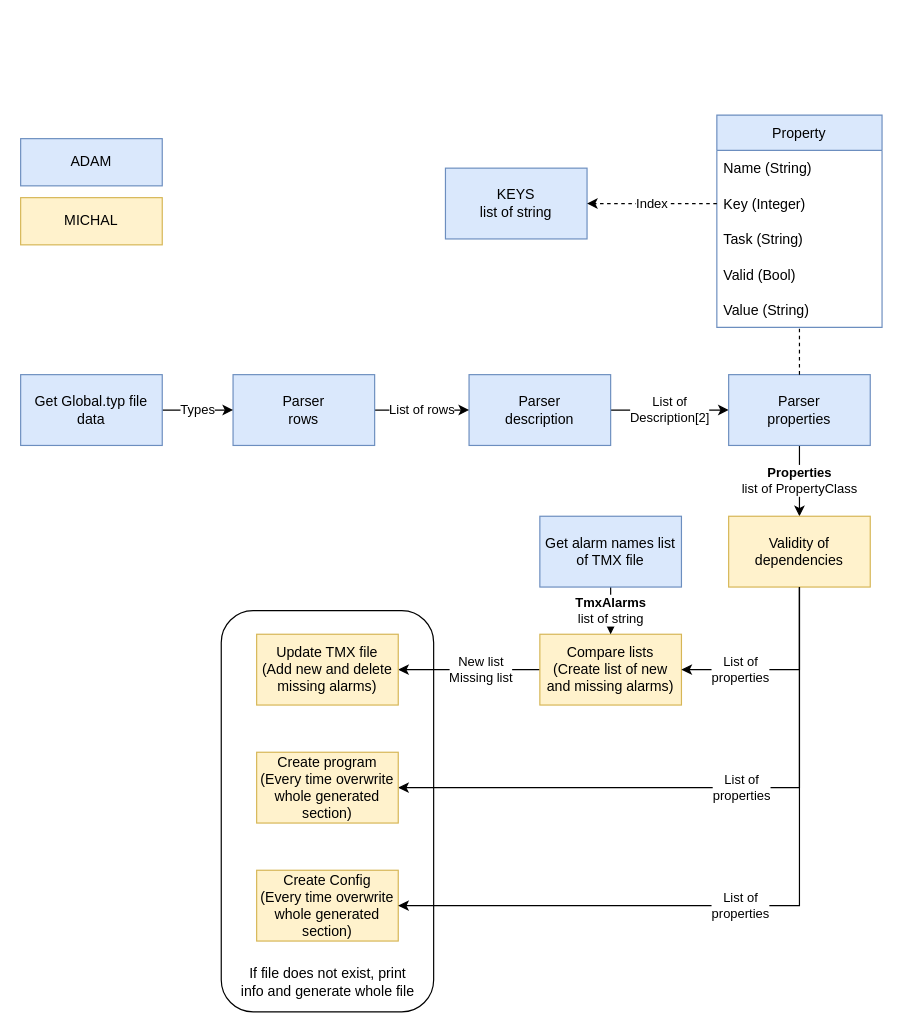
Earlier version of the draw.io diagram CreateAlarms.drawio (br-automation-community-oss/create-alarms). Source tidied: cells renumbered, new cells numbered last; positions are measured from the earlier drawing's top-left corner, leaving out a move shared by most shapes. Both pictures are drawn from the tidied source at 118%, with x=0, y=0 at pixel (20, 114).
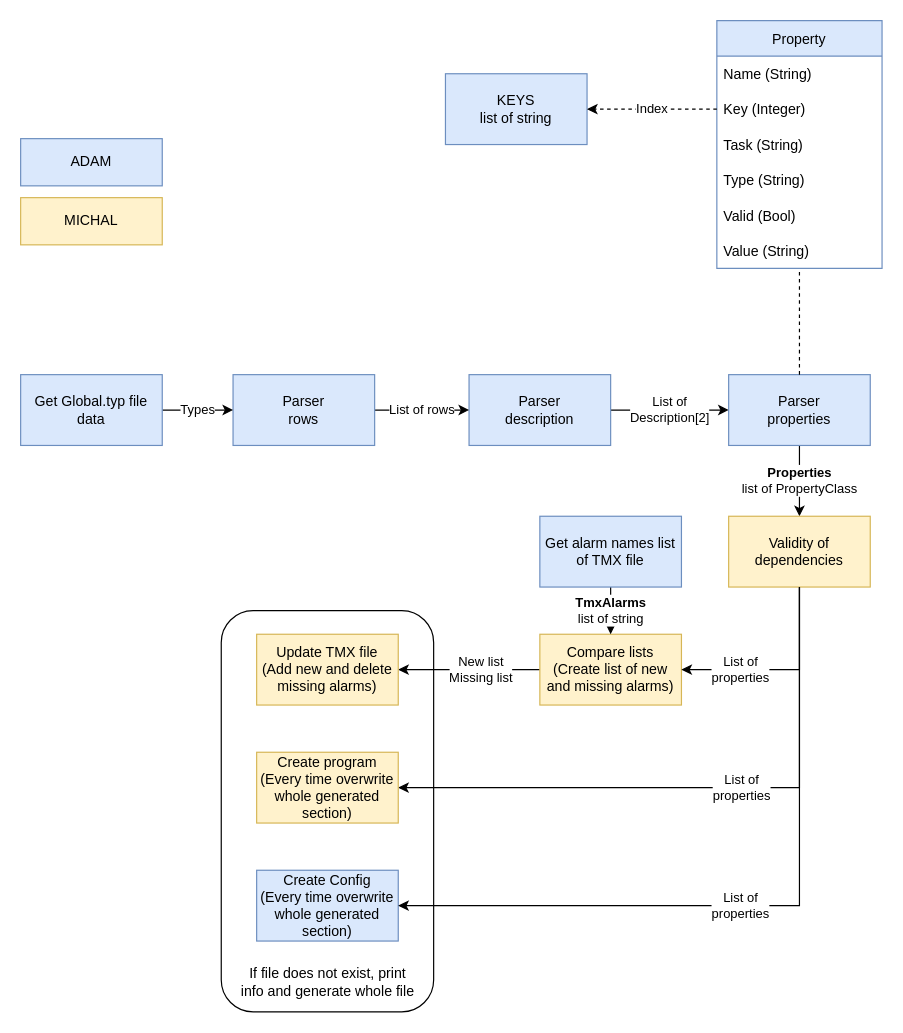
The same page after the edit.

Commit message (it also covers changes not shown here):
Update diagram and properties

Change to the diagram source:
```diff
@@
     <mxCell id="3" value="Property" style="swimlane;fontStyle=0;horizontal=1;startSize=30;fillColor=#dae8fc;strokeColor=#6c8ebf;" parent="1" vertex="1">
-      <mxGeometry x="590" width="140" height="180" as="geometry" />
+      <mxGeometry x="590" y="-80" width="140" height="210" as="geometry" />
     </mxCell>
@@
+    <mxCell id="34" value="Type (String)" style="text;strokeColor=none;fillColor=none;align=left;verticalAlign=middle;spacingLeft=4;spacingRight=4;overflow=hidden;" parent="3" vertex="1">
+      <mxGeometry y="120" width="140" height="30" as="geometry" />
+    </mxCell>
     <mxCell id="7" value="Valid (Bool)" style="text;strokeColor=none;fillColor=none;align=left;verticalAlign=middle;spacingLeft=4;spacingRight=4;overflow=hidden;" parent="3" vertex="1">
-      <mxGeometry y="120" width="140" height="30" as="geometry" />
+      <mxGeometry y="150" width="140" height="30" as="geometry" />
     </mxCell>
     <mxCell id="8" value="Value (String)" style="text;strokeColor=none;fillColor=none;align=left;verticalAlign=middle;spacingLeft=4;spacingRight=4;overflow=hidden;" parent="3" vertex="1">
-      <mxGeometry y="150" width="140" height="30" as="geometry" />
+      <mxGeometry y="180" width="140" height="30" as="geometry" />
     </mxCell>
@@
     <mxCell id="18" value="KEYS&lt;br&gt;list of string" style="rounded=0;whiteSpace=wrap;html=1;fillColor=#dae8fc;strokeColor=#6c8ebf;" parent="1" vertex="1">
-      <mxGeometry x="360" y="45" width="120" height="60" as="geometry" />
+      <mxGeometry x="360" y="-35" width="120" height="60" as="geometry" />
     </mxCell>
@@
-    <mxCell id="21" value="Create Config&lt;br&gt;(Every time overwrite whole generated section)" style="whiteSpace=wrap;html=1;rounded=0;fillColor=#fff2cc;strokeColor=#d6b656;" parent="1" vertex="1">
+    <mxCell id="21" value="Create Config&lt;br&gt;(Every time overwrite whole generated section)" style="whiteSpace=wrap;html=1;rounded=0;fillColor=#dae8fc;strokeColor=#6c8ebf;" parent="1" vertex="1">
       <mxGeometry x="200" y="640" width="120" height="60" as="geometry" />
     </mxCell>
```
